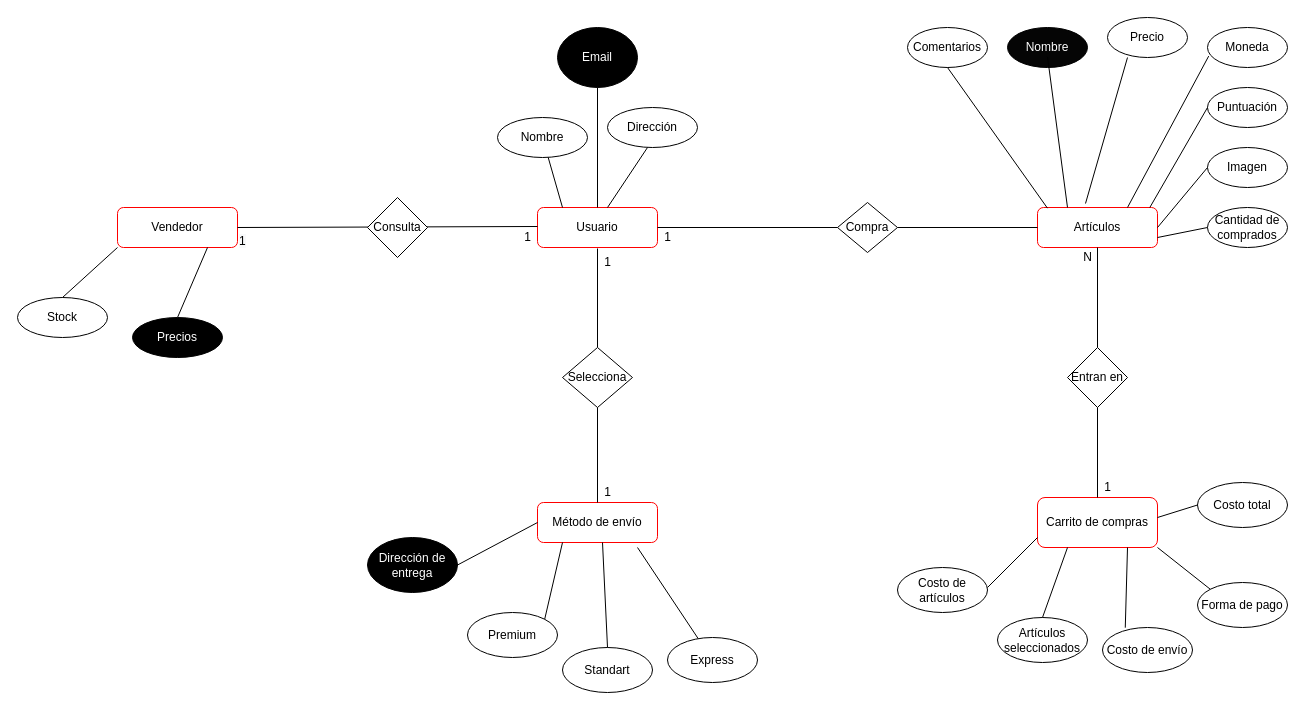
Earlier version of the draw.io diagram Untitled Diagram.drawio (tatianacb5/Proyecto-e-commerce-JAP). Source tidied: cells renumbered, new cells numbered last; positions are measured from the earlier drawing's top-left corner, leaving out a move shared by most shapes. Both pictures are drawn from the tidied source at 100%, with x=0, y=0 at pixel (17, 17).
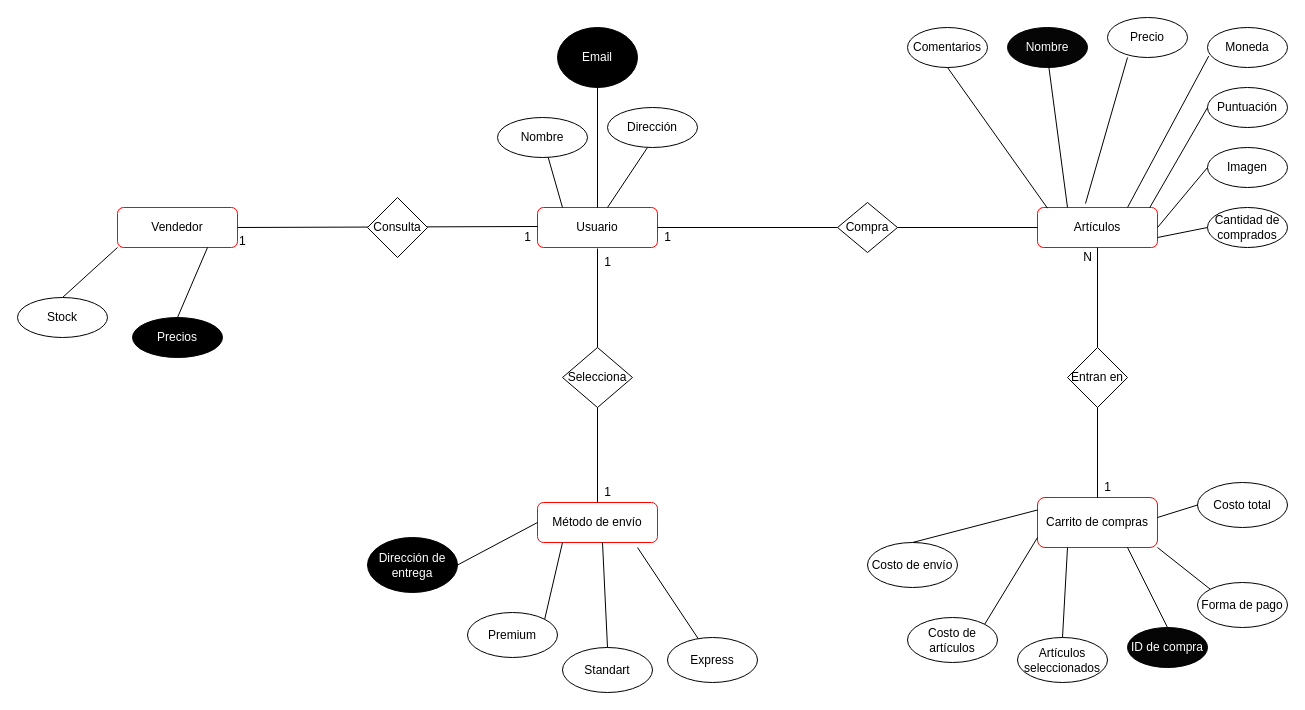
Above is the later version.

The change refers to these unchanged cells:
```xml
<mxCell id="5" value="Carrito de compras" style="rounded=1;whiteSpace=wrap;html=1;strokeColor=#FF0000;" parent="1" vertex="1">
  <mxGeometry x="1020" y="480" width="120" height="50" as="geometry" />
</mxCell>
```

What changed in the source:
```diff
@@
     <mxCell id="33" value="Costo de artículos" style="ellipse;whiteSpace=wrap;html=1;" parent="1" vertex="1">
-      <mxGeometry x="880" y="550" width="90" height="45" as="geometry" />
+      <mxGeometry x="890" y="600" width="90" height="45" as="geometry" />
     </mxCell>
     <mxCell id="34" value="Artículos seleccionados" style="ellipse;whiteSpace=wrap;html=1;" parent="1" vertex="1">
-      <mxGeometry x="980" y="600" width="90" height="45" as="geometry" />
+      <mxGeometry x="1000" y="620" width="90" height="45" as="geometry" />
     </mxCell>
     <mxCell id="35" value="Costo de envío" style="ellipse;whiteSpace=wrap;html=1;" parent="1" vertex="1">
-      <mxGeometry x="1085" y="610" width="90" height="45" as="geometry" />
+      <mxGeometry x="850" y="525" width="90" height="45" as="geometry" />
     </mxCell>
@@
-    <mxCell id="38" style="endArrow=none;html=1;" parent="1" edge="1">
+    <mxCell id="38" style="endArrow=none;html=1;exitX=1;exitY=0;exitDx=0;exitDy=0;" parent="1" edge="1" source="33">
       <mxGeometry relative="1" as="geometry">
-        <mxPoint x="970" y="570" as="sourcePoint" />
         <mxPoint x="1020" y="520" as="targetPoint" />
       </mxGeometry>
     </mxCell>
@@
-    <mxCell id="40" style="endArrow=none;html=1;exitX=0.253;exitY=0.004;exitDx=0;exitDy=0;exitPerimeter=0;" parent="1" edge="1" source="35">
+    <mxCell id="40" style="endArrow=none;html=1;exitX=0.5;exitY=0;exitDx=0;exitDy=0;" parent="1" edge="1" source="67">
       <mxGeometry relative="1" as="geometry">
         <mxPoint x="1110" y="530" as="targetPoint" />
       </mxGeometry>
     </mxCell>
@@
+    <mxCell id="67" value="&lt;font color=&quot;#ffffff&quot; style=&quot;background-color: rgb(5 , 5 , 5)&quot;&gt;ID de compra&lt;br&gt;&lt;/font&gt;" style="ellipse;whiteSpace=wrap;html=1;fillColor=#050505;" parent="1" vertex="1">
+      <mxGeometry x="1110" y="610" width="80" height="40" as="geometry" />
+    </mxCell>
+    <mxCell id="68" style="endArrow=none;html=1;fontColor=#FFFFFF;entryX=0;entryY=0.25;entryDx=0;entryDy=0;exitX=0.5;exitY=0;exitDx=0;exitDy=0;" parent="1" edge="1" source="35" target="5">
+      <mxGeometry relative="1" as="geometry" />
+    </mxCell>
```
